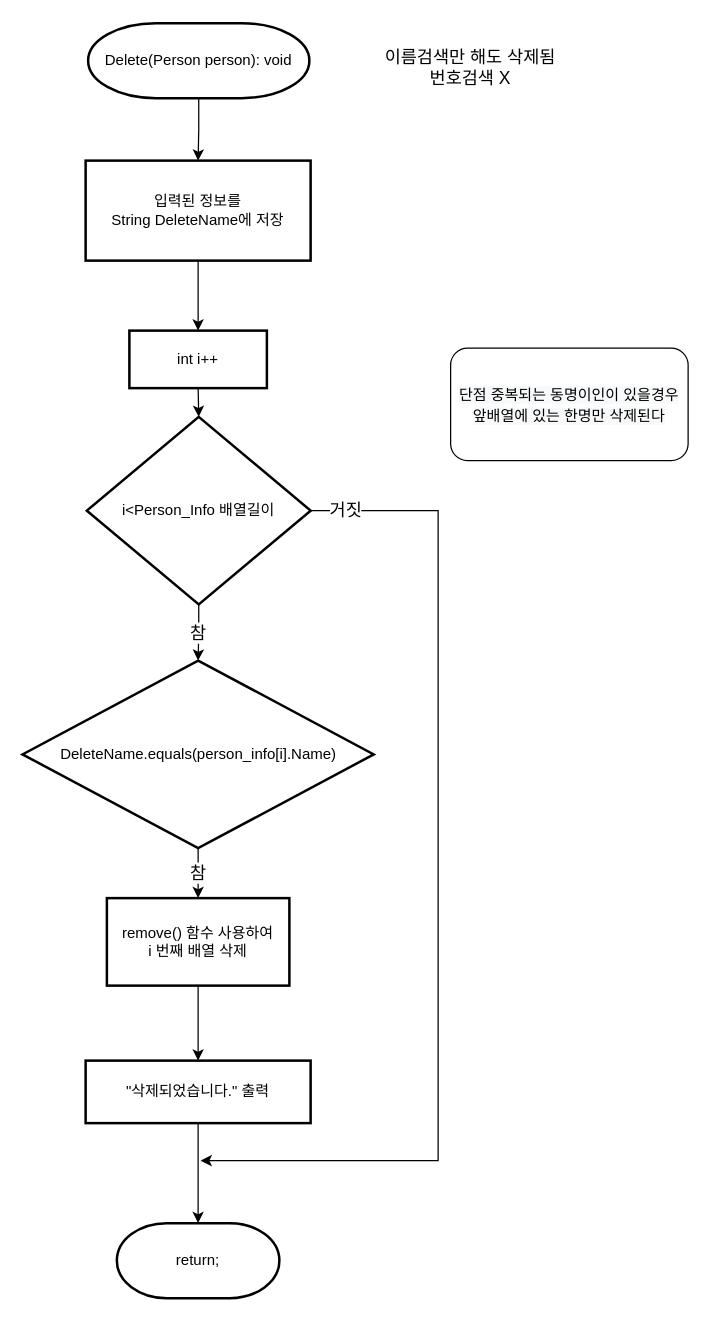
skatld123/PH_list_java keeps this draw.io diagram as 순서도/Delete 기능_java.drawio. Above is the earlier version. Source tidied: cells renumbered, new cells numbered last; positions are measured from the earlier drawing's top-left corner, leaving out a move shared by most shapes. Both pictures are drawn from the tidied source at 125%, with x=0, y=0 at pixel (22, 22).
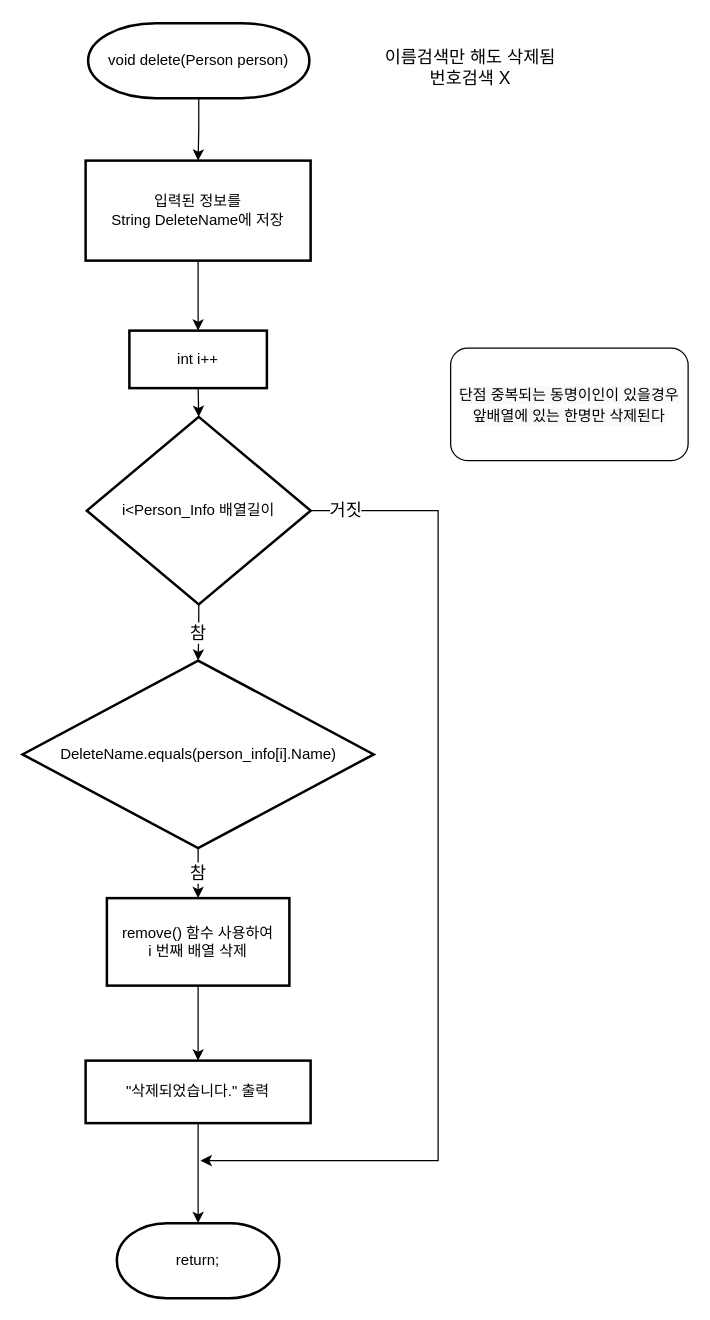
After the change.

Commit message (it also covers changes not shown here):
Delete 기능_java.drawio 업데이트

Diff of the diagram source:
```diff
@@
-    <mxCell id="5" value="&lt;span style=&quot;text-align: left&quot;&gt;Delete(Person person): void&lt;/span&gt;" style="strokeWidth=2;html=1;shape=mxgraph.flowchart.terminator;whiteSpace=wrap;" parent="1" vertex="1">
+    <mxCell id="5" value="&lt;span style=&quot;text-align: left&quot;&gt;void delete(Person person)&lt;/span&gt;" style="strokeWidth=2;html=1;shape=mxgraph.flowchart.terminator;whiteSpace=wrap;" parent="1" vertex="1">
       <mxGeometry x="52" width="177" height="60" as="geometry" />
     </mxCell>
```
